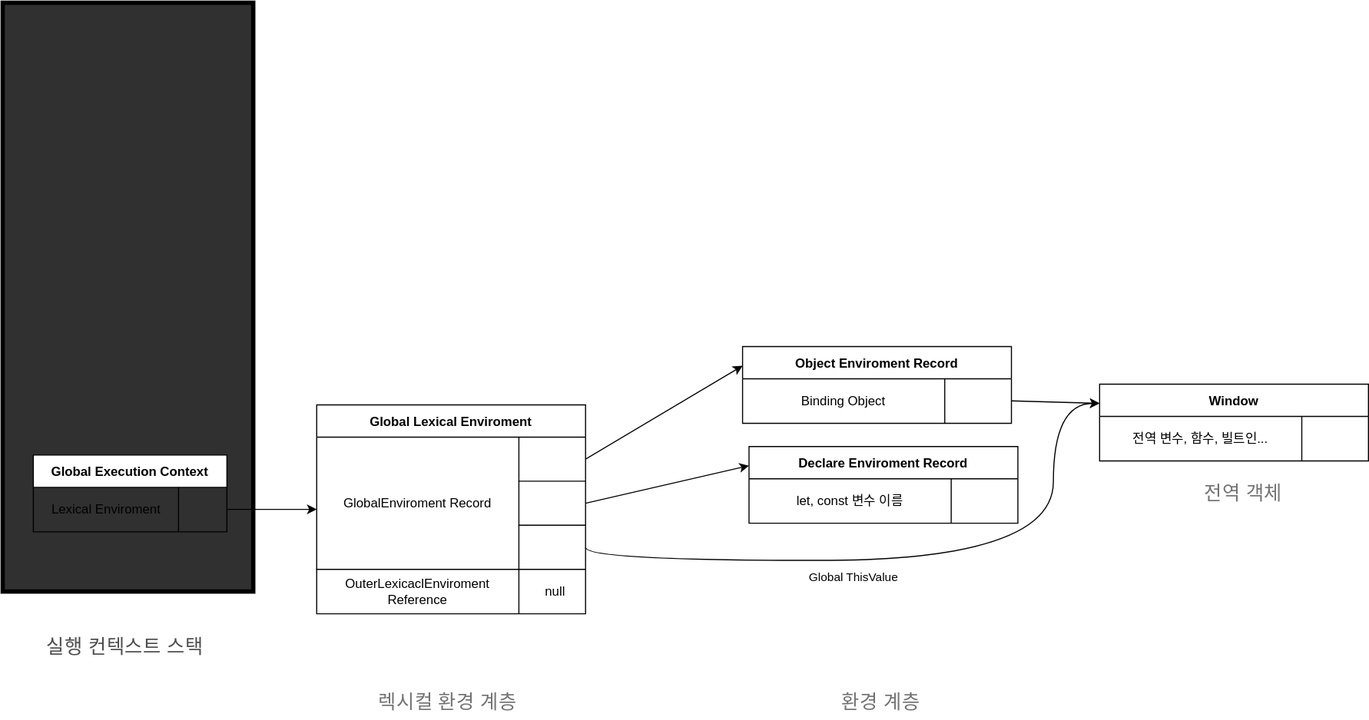
This is JavaScript/실행 컨텍스트/global-excute-context.drawio.svg from daniel-juyeon-kim/archive, a draw.io export, as it was before one commit. Source tidied: cells renumbered, new cells last; positions are measured from the earlier drawing's top-left corner, leaving out a move shared by most shapes.
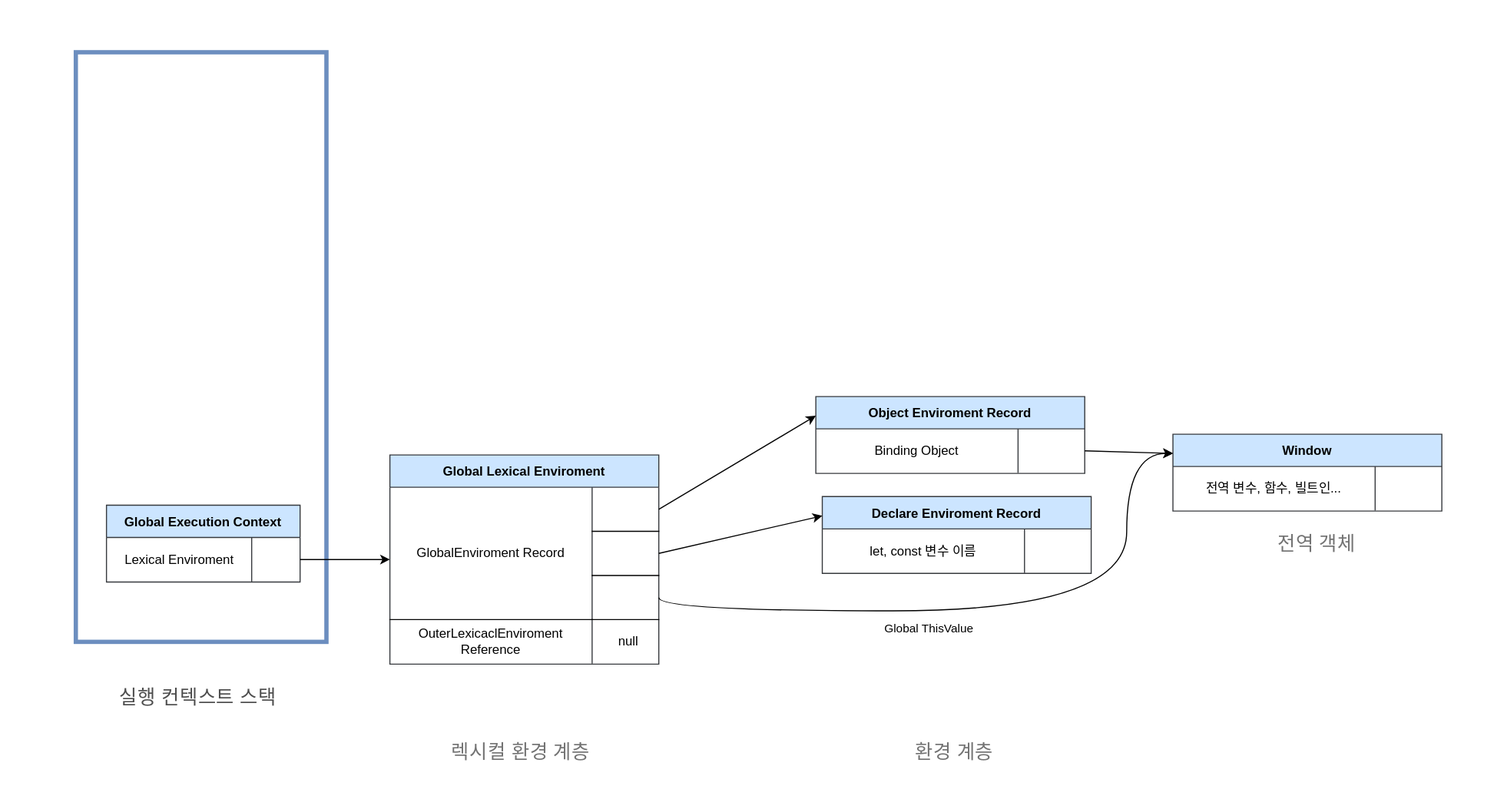
After the commit.

What changed in the source:
```diff
@@ -2,10 +2,13 @@
   <root>
     <mxCell id="0" />
     <mxCell id="1" parent="0" />
+    <mxCell id="42" style="rounded=0;whiteSpace=wrap;html=1;fillColor=default;strokeColor=none;" parent="1" vertex="1">
+      <mxGeometry x="-70" y="-48" width="1388" height="748" as="geometry" />
+    </mxCell>
-    <mxCell id="2" style="rounded=0;whiteSpace=wrap;html=1;fillColor=#303030;fontColor=#ffffff;strokeColor=#000000;strokeWidth=4;" parent="1" vertex="1">
+    <mxCell id="2" style="rounded=0;whiteSpace=wrap;html=1;fillColor=none;strokeColor=#6c8ebf;strokeWidth=4;" parent="1" vertex="1">
       <mxGeometry width="233" height="548" as="geometry" />
     </mxCell>
-    <mxCell id="3" value="Global Execution Context" style="shape=table;startSize=30;rowLines=0;fontStyle=1;fillColor=default;" parent="1" vertex="1">
+    <mxCell id="3" value="Global Execution Context" style="shape=table;startSize=30;rowLines=0;fontStyle=1;fillColor=#cce5ff;strokeColor=#36393d;" parent="1" vertex="1">
       <mxGeometry x="28.5" y="421" width="180" height="71.4" as="geometry" />
     </mxCell>
     <mxCell id="4" style="shape=tableRow;horizontal=0;startSize=0;swimlaneHead=0;swimlaneBody=0;top=0;left=0;bottom=0;right=0;fillColor=none;points=[[0,0.5],[1,0.5]];portConstraint=eastwest;" parent="3" vertex="1">
@@ -17,7 +20,7 @@
     <mxCell id="6" style="shape=partialRectangle;html=1;whiteSpace=wrap;fillColor=none;top=0;left=0;bottom=0;right=0;align=left;spacingLeft=6;overflow=hidden;" parent="4" vertex="1">
       <mxGeometry x="135" width="45" height="41" as="geometry" />
     </mxCell>
-    <mxCell id="7" value="Global Lexical Enviroment" style="shape=table;startSize=30;rowLines=0;fontStyle=1;fillColor=default;" parent="1" vertex="1">
+    <mxCell id="7" value="Global Lexical Enviroment" style="shape=table;startSize=30;rowLines=0;fontStyle=1;fillColor=#cce5ff;strokeColor=#36393d;" parent="1" vertex="1">
       <mxGeometry x="292" y="374.3" width="250" height="194.4" as="geometry" />
     </mxCell>
     <mxCell id="8" style="shape=tableRow;horizontal=0;startSize=0;swimlaneHead=0;swimlaneBody=0;top=0;left=0;bottom=0;right=0;fillColor=none;points=[[0,0.5],[1,0.5]];portConstraint=eastwest;" parent="7" vertex="1">
@@ -56,7 +59,7 @@
     <mxCell id="19" value="null" style="shape=partialRectangle;html=1;whiteSpace=wrap;fillColor=none;top=0;left=0;bottom=0;right=0;align=center;spacingLeft=6;overflow=hidden;" parent="17" vertex="1">
       <mxGeometry x="188" width="62" height="41" as="geometry" />
     </mxCell>
-    <mxCell id="20" value="Object Enviroment Record" style="shape=table;startSize=30;rowLines=0;fontStyle=1;fillColor=default;" parent="1" vertex="1">
+    <mxCell id="20" value="Object Enviroment Record" style="shape=table;startSize=30;rowLines=0;fontStyle=1;fillColor=#cce5ff;strokeColor=#36393d;" parent="1" vertex="1">
       <mxGeometry x="688" y="320" width="250" height="71.4" as="geometry" />
     </mxCell>
     <mxCell id="21" style="shape=tableRow;horizontal=0;startSize=0;swimlaneHead=0;swimlaneBody=0;top=0;left=0;bottom=0;right=0;fillColor=none;points=[[0,0.5],[1,0.5]];portConstraint=eastwest;" parent="20" vertex="1">
@@ -68,7 +71,7 @@
     <mxCell id="23" style="shape=partialRectangle;html=1;whiteSpace=wrap;fillColor=none;top=0;left=0;bottom=0;right=0;align=left;spacingLeft=6;overflow=hidden;" parent="21" vertex="1">
       <mxGeometry x="188" width="62" height="41" as="geometry" />
     </mxCell>
-    <mxCell id="24" value="Declare Enviroment Record" style="shape=table;startSize=30;rowLines=0;fontStyle=1;fillColor=default;" parent="1" vertex="1">
+    <mxCell id="24" value="Declare Enviroment Record" style="shape=table;startSize=30;rowLines=0;fontStyle=1;fillColor=#cce5ff;strokeColor=#36393d;" parent="1" vertex="1">
       <mxGeometry x="694" y="413" width="250" height="71.4" as="geometry" />
     </mxCell>
     <mxCell id="25" style="shape=tableRow;horizontal=0;startSize=0;swimlaneHead=0;swimlaneBody=0;top=0;left=0;bottom=0;right=0;fillColor=none;" parent="24" vertex="1">
@@ -80,7 +83,7 @@
     <mxCell id="27" style="shape=partialRectangle;html=1;whiteSpace=wrap;fillColor=none;top=0;left=0;bottom=0;right=0;align=left;spacingLeft=6;overflow=hidden;" parent="25" vertex="1">
       <mxGeometry x="188" width="62" height="41" as="geometry" />
     </mxCell>
-    <mxCell id="28" value="Window" style="shape=table;startSize=30;rowLines=0;fontStyle=1;fillColor=default;" parent="1" vertex="1">
+    <mxCell id="28" value="Window" style="shape=table;startSize=30;rowLines=0;fontStyle=1;fillColor=#cce5ff;strokeColor=#36393d;" parent="1" vertex="1">
       <mxGeometry x="1020" y="355" width="250" height="71.4" as="geometry" />
     </mxCell>
     <mxCell id="29" style="shape=tableRow;horizontal=0;startSize=0;swimlaneHead=0;swimlaneBody=0;top=0;left=0;bottom=0;right=0;fillColor=none;" parent="28" vertex="1">
```
